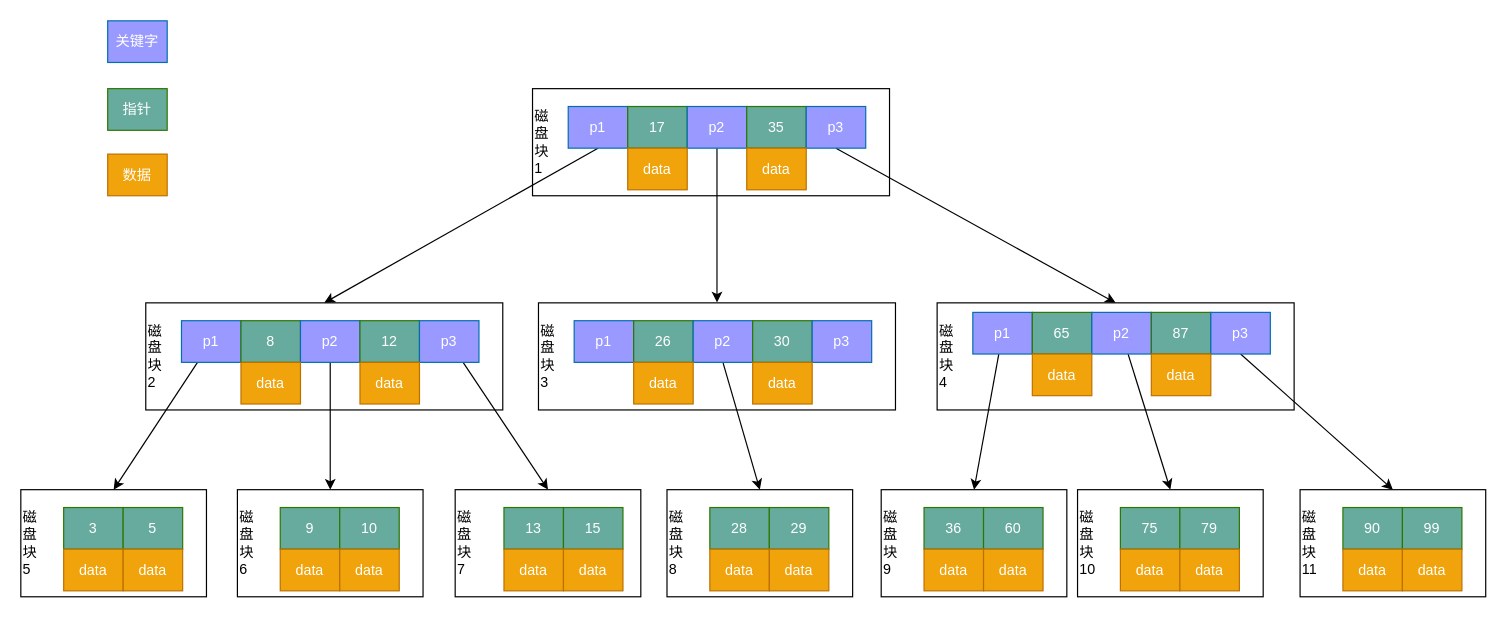
Before: B-Tree.drawio in tianxing-ovo/draw.io, a draw.io diagram. Source tidied: cells renumbered, new cells numbered last; positions are measured from the earlier drawing's top-left corner, leaving out a move shared by most shapes. Both pictures are drawn from the tidied source at 119%, with x=0, y=0 at pixel (20, 20).
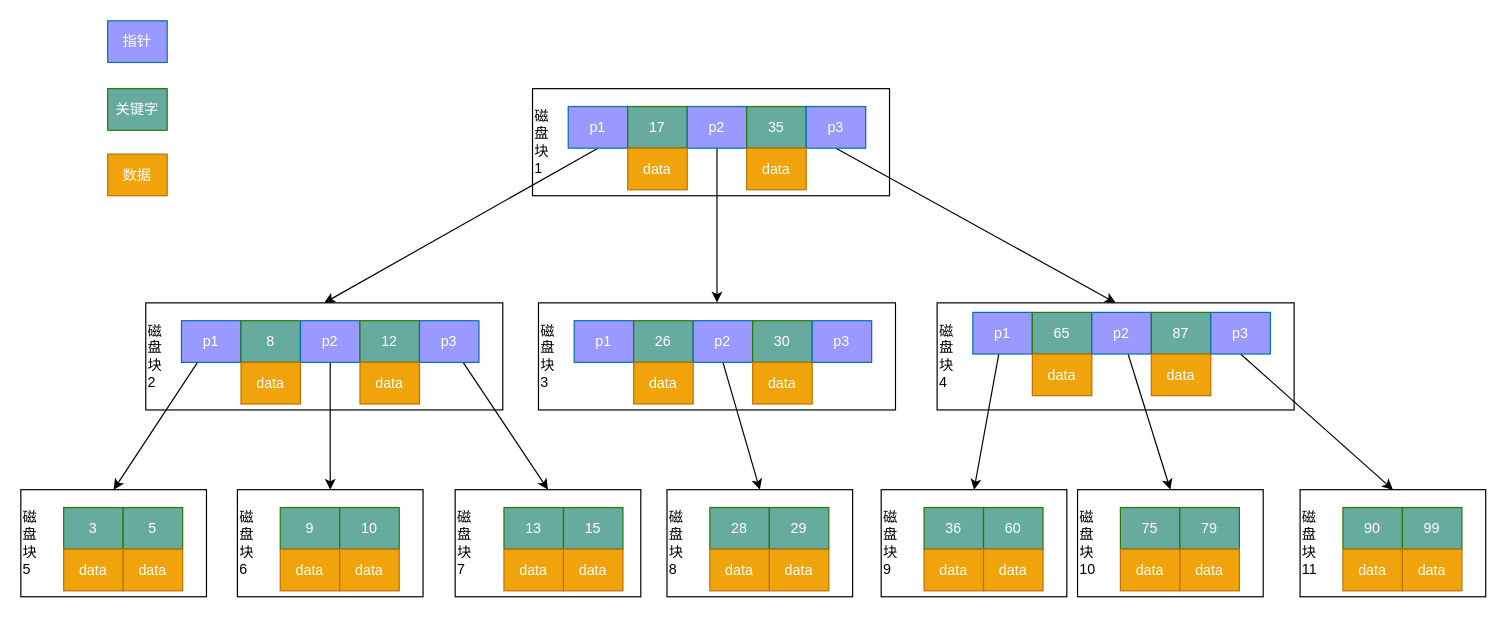
After the change.

Diff of the diagram source:
```diff
@@
-    <mxCell id="79" value="&lt;span style=&quot;text-wrap-mode: nowrap;&quot;&gt;关键字&lt;/span&gt;" style="rounded=0;whiteSpace=wrap;html=1;fillColor=#9999FF;strokeColor=#006EAF;fontColor=#ffffff;" parent="1" vertex="1">
+    <mxCell id="79" value="&lt;span style=&quot;text-wrap-mode: nowrap;&quot;&gt;指针&lt;/span&gt;" style="rounded=0;whiteSpace=wrap;html=1;fillColor=#9999FF;strokeColor=#006EAF;fontColor=#ffffff;" parent="1" vertex="1">
       <mxGeometry x="73" width="50" height="35" as="geometry" />
     </mxCell>
-    <mxCell id="80" value="指针" style="rounded=0;whiteSpace=wrap;html=1;fillColor=#67AB9F;strokeColor=#2D7600;fontColor=#ffffff;" parent="1" vertex="1">
+    <mxCell id="80" value="关键字" style="rounded=0;whiteSpace=wrap;html=1;fillColor=#67AB9F;strokeColor=#2D7600;fontColor=#ffffff;" parent="1" vertex="1">
       <mxGeometry x="73" y="57" width="50" height="35" as="geometry" />
     </mxCell>
```
